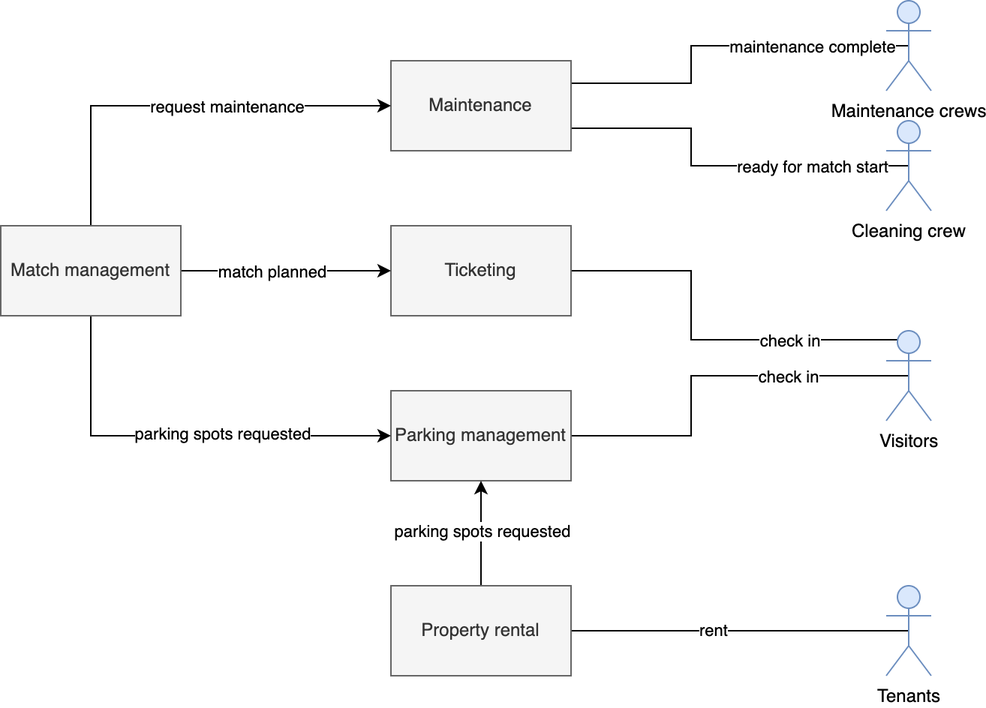
This is service_diagram.png from martijnmeeldijk/fc-smal, a draw.io export, as it was before one commit. Source tidied: cells renumbered, new cells last; positions are measured from the earlier drawing's top-left corner, leaving out a move shared by most shapes. The source it was exported from:
```xml
<mxGraphModel>
  <root>
    <mxCell id="0" />
    <mxCell id="1" parent="0" />
    <mxCell id="2" style="edgeStyle=orthogonalEdgeStyle;rounded=0;jettySize=auto;html=1;exitX=0.25;exitY=0.1;exitDx=0;exitDy=0;exitPerimeter=0;entryX=1;entryY=0.5;entryDx=0;entryDy=0;endArrow=none;endFill=0;" parent="1" edge="1" source="6" target="20">
      <mxGeometry relative="1" as="geometry">
        <Array as="points">
          <mxPoint x="460" y="226" />
          <mxPoint x="460" y="180" />
        </Array>
      </mxGeometry>
    </mxCell>
    <mxCell id="3" value="check in" style="edgeLabel;html=1;align=center;verticalAlign=middle;" parent="2" vertex="1">
      <mxGeometry x="-0.45" relative="1" as="geometry">
        <mxPoint x="1" as="offset" />
      </mxGeometry>
    </mxCell>
    <mxCell id="4" style="edgeStyle=orthogonalEdgeStyle;rounded=0;jettySize=auto;html=1;exitX=0.5;exitY=0.5;exitDx=0;exitDy=0;exitPerimeter=0;entryX=1;entryY=0.5;entryDx=0;entryDy=0;endArrow=none;endFill=0;" parent="1" edge="1" source="6" target="16">
      <mxGeometry relative="1" as="geometry">
        <Array as="points">
          <mxPoint x="460" y="250" />
          <mxPoint x="460" y="290" />
        </Array>
      </mxGeometry>
    </mxCell>
    <mxCell id="5" value="check in" style="edgeLabel;html=1;align=center;verticalAlign=middle;" parent="4" vertex="1">
      <mxGeometry x="-0.39" y="-1" relative="1" as="geometry">
        <mxPoint y="1" as="offset" />
      </mxGeometry>
    </mxCell>
    <mxCell id="6" value="Visitors" style="shape=umlActor;verticalLabelPosition=bottom;verticalAlign=top;html=1;outlineConnect=0;fillColor=#dae8fc;strokeColor=#6c8ebf;" parent="1" vertex="1">
      <mxGeometry x="590" y="220" width="30" height="60" as="geometry" />
    </mxCell>
    <mxCell id="7" style="edgeStyle=orthogonalEdgeStyle;rounded=0;jettySize=auto;html=1;exitX=0.5;exitY=0.5;exitDx=0;exitDy=0;exitPerimeter=0;entryX=1;entryY=0.75;entryDx=0;entryDy=0;endArrow=none;endFill=0;" parent="1" edge="1" source="9" target="21">
      <mxGeometry relative="1" as="geometry">
        <Array as="points">
          <mxPoint x="460" y="110" />
          <mxPoint x="460" y="85" />
        </Array>
      </mxGeometry>
    </mxCell>
    <mxCell id="8" value="ready for match start" style="edgeLabel;html=1;align=center;verticalAlign=middle;" parent="7" vertex="1">
      <mxGeometry x="-0.25" y="-2" relative="1" as="geometry">
        <mxPoint x="29" y="2" as="offset" />
      </mxGeometry>
    </mxCell>
    <mxCell id="9" value="Cleaning crew" style="shape=umlActor;verticalLabelPosition=bottom;verticalAlign=top;html=1;outlineConnect=0;fillColor=#dae8fc;strokeColor=#6c8ebf;" parent="1" vertex="1">
      <mxGeometry x="590" y="80" width="30" height="60" as="geometry" />
    </mxCell>
    <mxCell id="10" style="edgeStyle=orthogonalEdgeStyle;rounded=0;jettySize=auto;html=1;exitX=0.5;exitY=0.5;exitDx=0;exitDy=0;exitPerimeter=0;entryX=1;entryY=0.25;entryDx=0;entryDy=0;endArrow=none;endFill=0;" parent="1" edge="1" source="12" target="21">
      <mxGeometry relative="1" as="geometry">
        <Array as="points">
          <mxPoint x="460" y="30" />
          <mxPoint x="460" y="55" />
        </Array>
      </mxGeometry>
    </mxCell>
    <mxCell id="11" value="maintenance complete" style="edgeLabel;html=1;align=center;verticalAlign=middle;" parent="10" vertex="1">
      <mxGeometry x="-0.18" y="-1" relative="1" as="geometry">
        <mxPoint x="37" y="1" as="offset" />
      </mxGeometry>
    </mxCell>
    <mxCell id="12" value="Maintenance crews" style="shape=umlActor;verticalLabelPosition=bottom;verticalAlign=top;html=1;outlineConnect=0;fillColor=#dae8fc;strokeColor=#6c8ebf;" parent="1" vertex="1">
      <mxGeometry x="590" width="30" height="60" as="geometry" />
    </mxCell>
    <mxCell id="13" style="edgeStyle=orthogonalEdgeStyle;rounded=0;jettySize=auto;html=1;exitX=0.5;exitY=0.5;exitDx=0;exitDy=0;exitPerimeter=0;entryX=1;entryY=0.5;entryDx=0;entryDy=0;endArrow=none;endFill=0;" parent="1" edge="1" source="15" target="19">
      <mxGeometry relative="1" as="geometry" />
    </mxCell>
    <mxCell id="14" value="rent" style="edgeLabel;html=1;align=center;verticalAlign=middle;" parent="13" vertex="1">
      <mxGeometry x="0.16" y="-1" relative="1" as="geometry" />
    </mxCell>
    <mxCell id="15" value="Tenants" style="shape=umlActor;verticalLabelPosition=bottom;verticalAlign=top;html=1;outlineConnect=0;fillColor=#dae8fc;strokeColor=#6c8ebf;" parent="1" vertex="1">
      <mxGeometry x="590" y="390" width="30" height="60" as="geometry" />
    </mxCell>
    <mxCell id="16" value="Parking management" style="rounded=0;whiteSpace=wrap;html=1;fillColor=#f5f5f5;fontColor=#333333;strokeColor=#666666;" parent="1" vertex="1">
      <mxGeometry x="260" y="260" width="120" height="60" as="geometry" />
    </mxCell>
    <mxCell id="17" style="edgeStyle=orthogonalEdgeStyle;rounded=0;jettySize=auto;html=1;exitX=0.5;exitY=0;exitDx=0;exitDy=0;entryX=0.5;entryY=1;entryDx=0;entryDy=0;endArrow=classic;endFill=1;" parent="1" edge="1" source="19" target="16">
      <mxGeometry relative="1" as="geometry" />
    </mxCell>
    <mxCell id="18" value="parking spots requested" style="edgeLabel;html=1;align=center;verticalAlign=middle;" parent="17" vertex="1">
      <mxGeometry x="0.07" relative="1" as="geometry" />
    </mxCell>
    <mxCell id="19" value="Property rental" style="rounded=0;whiteSpace=wrap;html=1;fillColor=#f5f5f5;fontColor=#333333;strokeColor=#666666;" parent="1" vertex="1">
      <mxGeometry x="260" y="390" width="120" height="60" as="geometry" />
    </mxCell>
    <mxCell id="20" value="Ticketing" style="rounded=0;whiteSpace=wrap;html=1;fillColor=#f5f5f5;fontColor=#333333;strokeColor=#666666;" parent="1" vertex="1">
      <mxGeometry x="260" y="150" width="120" height="60" as="geometry" />
    </mxCell>
    <mxCell id="21" value="Maintenance" style="rounded=0;whiteSpace=wrap;html=1;fillColor=#f5f5f5;fontColor=#333333;strokeColor=#666666;" parent="1" vertex="1">
      <mxGeometry x="260" y="40" width="120" height="60" as="geometry" />
    </mxCell>
    <mxCell id="22" style="edgeStyle=orthogonalEdgeStyle;rounded=0;jettySize=auto;html=1;exitX=0.5;exitY=0;exitDx=0;exitDy=0;entryX=0;entryY=0.5;entryDx=0;entryDy=0;endArrow=classic;endFill=1;" parent="1" edge="1" source="28" target="21">
      <mxGeometry relative="1" as="geometry" />
    </mxCell>
    <mxCell id="23" value="request maintenance" style="edgeLabel;html=1;align=center;verticalAlign=middle;" parent="22" vertex="1">
      <mxGeometry x="0.03" y="3" relative="1" as="geometry">
        <mxPoint x="26" y="3" as="offset" />
      </mxGeometry>
    </mxCell>
    <mxCell id="24" style="edgeStyle=orthogonalEdgeStyle;rounded=0;jettySize=auto;html=1;exitX=1;exitY=0.5;exitDx=0;exitDy=0;entryX=0;entryY=0.5;entryDx=0;entryDy=0;endArrow=classic;endFill=1;" parent="1" edge="1" source="28" target="20">
      <mxGeometry relative="1" as="geometry" />
    </mxCell>
    <mxCell id="25" value="match planned" style="edgeLabel;html=1;align=center;verticalAlign=middle;" parent="24" vertex="1">
      <mxGeometry x="-0.49" y="2" relative="1" as="geometry">
        <mxPoint x="24" y="2" as="offset" />
      </mxGeometry>
    </mxCell>
    <mxCell id="26" style="edgeStyle=orthogonalEdgeStyle;rounded=0;jettySize=auto;html=1;exitX=0.5;exitY=1;exitDx=0;exitDy=0;entryX=0;entryY=0.5;entryDx=0;entryDy=0;endArrow=classic;endFill=1;" parent="1" edge="1" source="28" target="16">
      <mxGeometry relative="1" as="geometry" />
    </mxCell>
    <mxCell id="27" value="parking spots requested" style="edgeLabel;html=1;align=center;verticalAlign=middle;" parent="26" vertex="1">
      <mxGeometry x="0.19" y="2" relative="1" as="geometry" />
    </mxCell>
    <mxCell id="28" value="Match management" style="rounded=0;whiteSpace=wrap;html=1;fillColor=#f5f5f5;fontColor=#333333;strokeColor=#666666;" parent="1" vertex="1">
      <mxGeometry y="150" width="120" height="60" as="geometry" />
    </mxCell>
  </root>
</mxGraphModel>
```
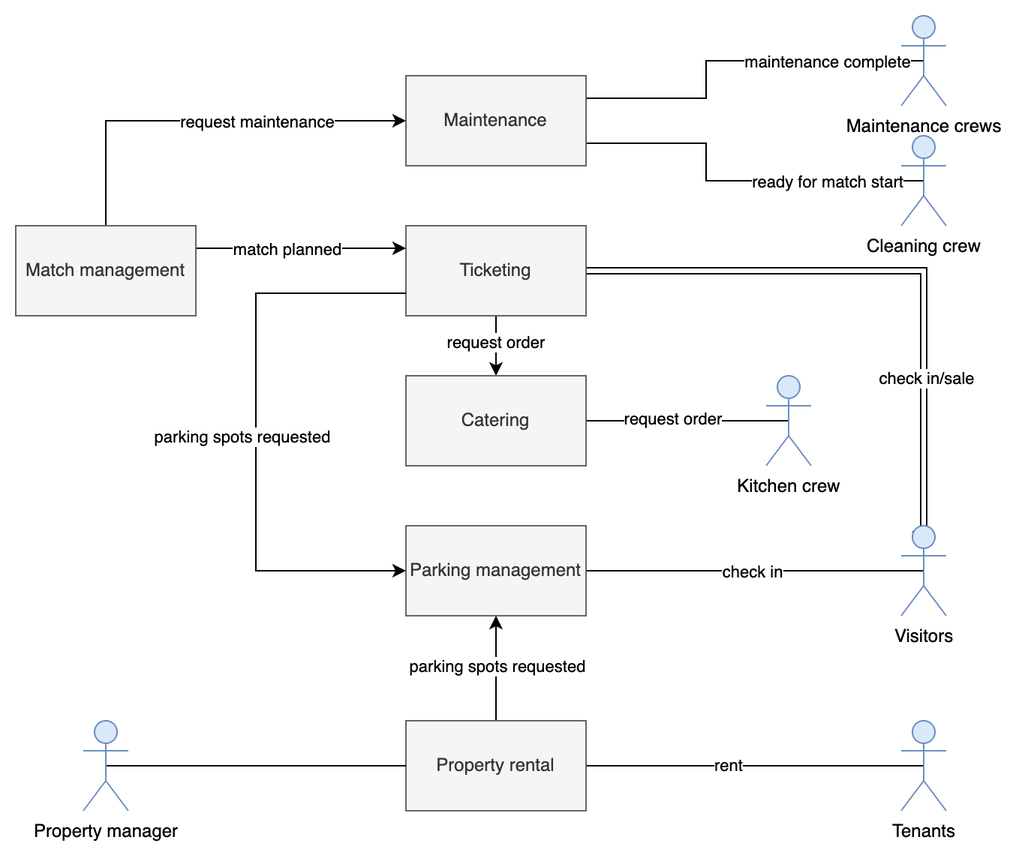
Above is the later version.

The edit, as a diff of the source:
```diff
@@ -2,15 +2,15 @@
   <root>
     <mxCell id="0" />
     <mxCell id="1" parent="0" />
-    <mxCell id="2" style="edgeStyle=orthogonalEdgeStyle;rounded=0;jettySize=auto;html=1;exitX=0.25;exitY=0.1;exitDx=0;exitDy=0;exitPerimeter=0;entryX=1;entryY=0.5;entryDx=0;entryDy=0;endArrow=none;endFill=0;" parent="1" edge="1" source="6" target="20">
+    <mxCell id="2" style="edgeStyle=orthogonalEdgeStyle;rounded=0;jettySize=auto;html=1;exitX=0.25;exitY=0.1;exitDx=0;exitDy=0;exitPerimeter=0;entryX=1;entryY=0.5;entryDx=0;entryDy=0;endArrow=none;endFill=0;shape=link;" parent="1" edge="1" source="6" target="20">
       <mxGeometry relative="1" as="geometry">
         <Array as="points">
-          <mxPoint x="460" y="226" />
-          <mxPoint x="460" y="180" />
+          <mxPoint x="605" y="356" />
+          <mxPoint x="605" y="180" />
         </Array>
       </mxGeometry>
     </mxCell>
-    <mxCell id="3" value="check in" style="edgeLabel;html=1;align=center;verticalAlign=middle;" parent="2" vertex="1">
+    <mxCell id="3" value="check in/sale" style="edgeLabel;html=1;align=center;verticalAlign=middle;" parent="2" vertex="1">
       <mxGeometry x="-0.45" relative="1" as="geometry">
         <mxPoint x="1" as="offset" />
       </mxGeometry>
@@ -18,24 +18,23 @@
     <mxCell id="4" style="edgeStyle=orthogonalEdgeStyle;rounded=0;jettySize=auto;html=1;exitX=0.5;exitY=0.5;exitDx=0;exitDy=0;exitPerimeter=0;entryX=1;entryY=0.5;entryDx=0;entryDy=0;endArrow=none;endFill=0;" parent="1" edge="1" source="6" target="16">
       <mxGeometry relative="1" as="geometry">
         <Array as="points">
-          <mxPoint x="460" y="250" />
-          <mxPoint x="460" y="290" />
+          <mxPoint x="605" y="380" />
         </Array>
       </mxGeometry>
     </mxCell>
     <mxCell id="5" value="check in" style="edgeLabel;html=1;align=center;verticalAlign=middle;" parent="4" vertex="1">
       <mxGeometry x="-0.39" y="-1" relative="1" as="geometry">
-        <mxPoint y="1" as="offset" />
+        <mxPoint x="-46" y="1" as="offset" />
       </mxGeometry>
     </mxCell>
     <mxCell id="6" value="Visitors" style="shape=umlActor;verticalLabelPosition=bottom;verticalAlign=top;html=1;outlineConnect=0;fillColor=#dae8fc;strokeColor=#6c8ebf;" parent="1" vertex="1">
-      <mxGeometry x="590" y="220" width="30" height="60" as="geometry" />
+      <mxGeometry x="590" y="350" width="30" height="60" as="geometry" />
     </mxCell>
     <mxCell id="7" style="edgeStyle=orthogonalEdgeStyle;rounded=0;jettySize=auto;html=1;exitX=0.5;exitY=0.5;exitDx=0;exitDy=0;exitPerimeter=0;entryX=1;entryY=0.75;entryDx=0;entryDy=0;endArrow=none;endFill=0;" parent="1" edge="1" source="9" target="21">
       <mxGeometry relative="1" as="geometry">
         <Array as="points">
-          <mxPoint x="460" y="110" />
-          <mxPoint x="460" y="85" />
+          <mxPoint x="460" y="120" />
+          <mxPoint x="460" y="95" />
         </Array>
       </mxGeometry>
     </mxCell>
@@ -45,13 +44,13 @@
       </mxGeometry>
     </mxCell>
     <mxCell id="9" value="Cleaning crew" style="shape=umlActor;verticalLabelPosition=bottom;verticalAlign=top;html=1;outlineConnect=0;fillColor=#dae8fc;strokeColor=#6c8ebf;" parent="1" vertex="1">
-      <mxGeometry x="590" y="80" width="30" height="60" as="geometry" />
+      <mxGeometry x="590" y="90" width="30" height="60" as="geometry" />
     </mxCell>
     <mxCell id="10" style="edgeStyle=orthogonalEdgeStyle;rounded=0;jettySize=auto;html=1;exitX=0.5;exitY=0.5;exitDx=0;exitDy=0;exitPerimeter=0;entryX=1;entryY=0.25;entryDx=0;entryDy=0;endArrow=none;endFill=0;" parent="1" edge="1" source="12" target="21">
       <mxGeometry relative="1" as="geometry">
         <Array as="points">
-          <mxPoint x="460" y="30" />
-          <mxPoint x="460" y="55" />
+          <mxPoint x="460" y="40" />
+          <mxPoint x="460" y="65" />
         </Array>
       </mxGeometry>
     </mxCell>
@@ -61,7 +60,7 @@
       </mxGeometry>
     </mxCell>
     <mxCell id="12" value="Maintenance crews" style="shape=umlActor;verticalLabelPosition=bottom;verticalAlign=top;html=1;outlineConnect=0;fillColor=#dae8fc;strokeColor=#6c8ebf;" parent="1" vertex="1">
-      <mxGeometry x="590" width="30" height="60" as="geometry" />
+      <mxGeometry x="590" y="10" width="30" height="60" as="geometry" />
     </mxCell>
     <mxCell id="13" style="edgeStyle=orthogonalEdgeStyle;rounded=0;jettySize=auto;html=1;exitX=0.5;exitY=0.5;exitDx=0;exitDy=0;exitPerimeter=0;entryX=1;entryY=0.5;entryDx=0;entryDy=0;endArrow=none;endFill=0;" parent="1" edge="1" source="15" target="19">
       <mxGeometry relative="1" as="geometry" />
@@ -70,10 +69,10 @@
       <mxGeometry x="0.16" y="-1" relative="1" as="geometry" />
     </mxCell>
     <mxCell id="15" value="Tenants" style="shape=umlActor;verticalLabelPosition=bottom;verticalAlign=top;html=1;outlineConnect=0;fillColor=#dae8fc;strokeColor=#6c8ebf;" parent="1" vertex="1">
-      <mxGeometry x="590" y="390" width="30" height="60" as="geometry" />
+      <mxGeometry x="590" y="480" width="30" height="60" as="geometry" />
     </mxCell>
     <mxCell id="16" value="Parking management" style="rounded=0;whiteSpace=wrap;html=1;fillColor=#f5f5f5;fontColor=#333333;strokeColor=#666666;" parent="1" vertex="1">
-      <mxGeometry x="260" y="260" width="120" height="60" as="geometry" />
+      <mxGeometry x="260" y="350" width="120" height="60" as="geometry" />
     </mxCell>
     <mxCell id="17" style="edgeStyle=orthogonalEdgeStyle;rounded=0;jettySize=auto;html=1;exitX=0.5;exitY=0;exitDx=0;exitDy=0;entryX=0.5;entryY=1;entryDx=0;entryDy=0;endArrow=classic;endFill=1;" parent="1" edge="1" source="19" target="16">
       <mxGeometry relative="1" as="geometry" />
@@ -82,23 +81,29 @@
       <mxGeometry x="0.07" relative="1" as="geometry" />
     </mxCell>
     <mxCell id="19" value="Property rental" style="rounded=0;whiteSpace=wrap;html=1;fillColor=#f5f5f5;fontColor=#333333;strokeColor=#666666;" parent="1" vertex="1">
-      <mxGeometry x="260" y="390" width="120" height="60" as="geometry" />
+      <mxGeometry x="260" y="480" width="120" height="60" as="geometry" />
     </mxCell>
+    <mxCell id="29" style="edgeStyle=orthogonalEdgeStyle;rounded=0;jettySize=auto;html=1;exitX=0.5;exitY=1;exitDx=0;exitDy=0;entryX=0.5;entryY=0;entryDx=0;entryDy=0;" parent="1" edge="1" source="20" target="33">
+      <mxGeometry relative="1" as="geometry" />
+    </mxCell>
+    <mxCell id="30" value="request order" style="edgeLabel;html=1;align=center;verticalAlign=middle;" parent="29" vertex="1">
+      <mxGeometry x="-0.15" y="-1" relative="1" as="geometry" />
+    </mxCell>
     <mxCell id="20" value="Ticketing" style="rounded=0;whiteSpace=wrap;html=1;fillColor=#f5f5f5;fontColor=#333333;strokeColor=#666666;" parent="1" vertex="1">
       <mxGeometry x="260" y="150" width="120" height="60" as="geometry" />
     </mxCell>
     <mxCell id="21" value="Maintenance" style="rounded=0;whiteSpace=wrap;html=1;fillColor=#f5f5f5;fontColor=#333333;strokeColor=#666666;" parent="1" vertex="1">
-      <mxGeometry x="260" y="40" width="120" height="60" as="geometry" />
+      <mxGeometry x="260" y="50" width="120" height="60" as="geometry" />
     </mxCell>
     <mxCell id="22" style="edgeStyle=orthogonalEdgeStyle;rounded=0;jettySize=auto;html=1;exitX=0.5;exitY=0;exitDx=0;exitDy=0;entryX=0;entryY=0.5;entryDx=0;entryDy=0;endArrow=classic;endFill=1;" parent="1" edge="1" source="28" target="21">
       <mxGeometry relative="1" as="geometry" />
     </mxCell>
     <mxCell id="23" value="request maintenance" style="edgeLabel;html=1;align=center;verticalAlign=middle;" parent="22" vertex="1">
       <mxGeometry x="0.03" y="3" relative="1" as="geometry">
-        <mxPoint x="26" y="3" as="offset" />
+        <mxPoint x="31" y="3" as="offset" />
       </mxGeometry>
     </mxCell>
-    <mxCell id="24" style="edgeStyle=orthogonalEdgeStyle;rounded=0;jettySize=auto;html=1;exitX=1;exitY=0.5;exitDx=0;exitDy=0;entryX=0;entryY=0.5;entryDx=0;entryDy=0;endArrow=classic;endFill=1;" parent="1" edge="1" source="28" target="20">
+    <mxCell id="24" style="edgeStyle=orthogonalEdgeStyle;rounded=0;jettySize=auto;html=1;exitX=1;exitY=0.25;exitDx=0;exitDy=0;entryX=0;entryY=0.25;entryDx=0;entryDy=0;endArrow=classic;endFill=1;" parent="1" edge="1" source="28" target="20">
       <mxGeometry relative="1" as="geometry" />
     </mxCell>
     <mxCell id="25" value="match planned" style="edgeLabel;html=1;align=center;verticalAlign=middle;" parent="24" vertex="1">
@@ -106,14 +111,39 @@
         <mxPoint x="24" y="2" as="offset" />
       </mxGeometry>
     </mxCell>
-    <mxCell id="26" style="edgeStyle=orthogonalEdgeStyle;rounded=0;jettySize=auto;html=1;exitX=0.5;exitY=1;exitDx=0;exitDy=0;entryX=0;entryY=0.5;entryDx=0;entryDy=0;endArrow=classic;endFill=1;" parent="1" edge="1" source="28" target="16">
-      <mxGeometry relative="1" as="geometry" />
+    <mxCell id="26" style="edgeStyle=orthogonalEdgeStyle;rounded=0;jettySize=auto;html=1;exitX=0;exitY=0.75;exitDx=0;exitDy=0;entryX=0;entryY=0.5;entryDx=0;entryDy=0;endArrow=classic;endFill=1;" parent="1" edge="1" source="20" target="16">
+      <mxGeometry relative="1" as="geometry">
+        <Array as="points">
+          <mxPoint x="160" y="195" />
+          <mxPoint x="160" y="380" />
+        </Array>
+      </mxGeometry>
     </mxCell>
     <mxCell id="27" value="parking spots requested" style="edgeLabel;html=1;align=center;verticalAlign=middle;" parent="26" vertex="1">
-      <mxGeometry x="0.19" y="2" relative="1" as="geometry" />
+      <mxGeometry x="0.19" y="2" relative="1" as="geometry">
+        <mxPoint x="-12" y="-34" as="offset" />
+      </mxGeometry>
     </mxCell>
     <mxCell id="28" value="Match management" style="rounded=0;whiteSpace=wrap;html=1;fillColor=#f5f5f5;fontColor=#333333;strokeColor=#666666;" parent="1" vertex="1">
       <mxGeometry y="150" width="120" height="60" as="geometry" />
     </mxCell>
+    <mxCell id="31" style="edgeStyle=orthogonalEdgeStyle;rounded=0;jettySize=auto;html=1;exitX=1;exitY=0.5;exitDx=0;exitDy=0;entryX=0.5;entryY=0.5;entryDx=0;entryDy=0;entryPerimeter=0;endArrow=none;endFill=0;" parent="1" edge="1" source="33" target="34">
+      <mxGeometry relative="1" as="geometry" />
+    </mxCell>
+    <mxCell id="32" value="request order" style="edgeLabel;html=1;align=center;verticalAlign=middle;" parent="31" vertex="1">
+      <mxGeometry x="-0.16" y="2" relative="1" as="geometry" />
+    </mxCell>
+    <mxCell id="33" value="Catering" style="rounded=0;whiteSpace=wrap;html=1;fillColor=#f5f5f5;fontColor=#333333;strokeColor=#666666;" parent="1" vertex="1">
+      <mxGeometry x="260" y="250" width="120" height="60" as="geometry" />
+    </mxCell>
+    <mxCell id="34" value="Kitchen crew" style="shape=umlActor;verticalLabelPosition=bottom;verticalAlign=top;html=1;outlineConnect=0;fillColor=#dae8fc;strokeColor=#6c8ebf;" parent="1" vertex="1">
+      <mxGeometry x="500" y="250" width="30" height="60" as="geometry" />
+    </mxCell>
+    <mxCell id="35" style="edgeStyle=orthogonalEdgeStyle;rounded=0;jettySize=auto;html=1;exitX=0.5;exitY=0.5;exitDx=0;exitDy=0;exitPerimeter=0;entryX=0;entryY=0.5;entryDx=0;entryDy=0;endArrow=none;endFill=0;" parent="1" edge="1" source="36" target="19">
+      <mxGeometry relative="1" as="geometry" />
+    </mxCell>
+    <mxCell id="36" value="Property manager" style="shape=umlActor;verticalLabelPosition=bottom;verticalAlign=top;html=1;outlineConnect=0;fillColor=#dae8fc;strokeColor=#6c8ebf;" parent="1" vertex="1">
+      <mxGeometry x="45" y="480" width="30" height="60" as="geometry" />
+    </mxCell>
   </root>
 </mxGraphModel>
```
